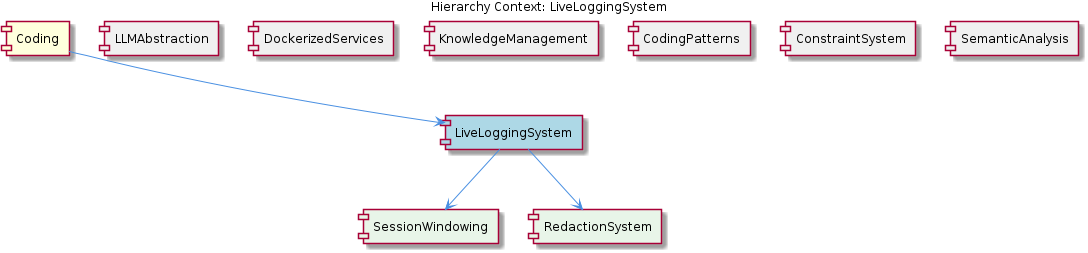
The PlantUML diagram knowledge-management/insights/images/live-logging-system-relationship.png in fwornle/coding, before a commit. Its source is kept beside it as .data/knowledge-graph/insights/puml/live-logging-system-relationship.puml.
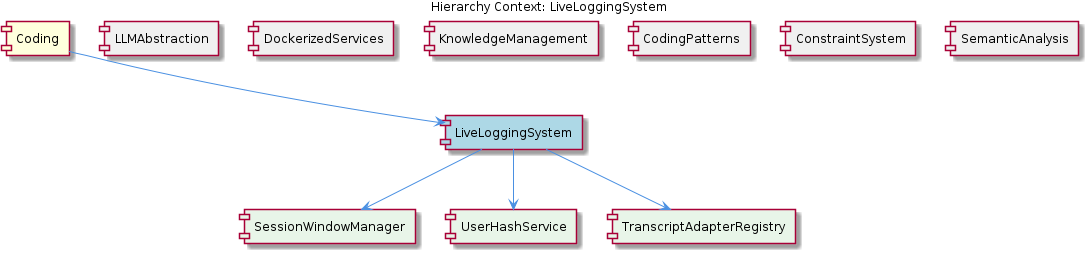
Later version of the same file.

The edit, as a diff of the source:
```diff
@@ -11,8 +11,9 @@
 [CodingPatterns] as coding_patterns #F0F0F0
 [ConstraintSystem] as constraint_system #F0F0F0
 [SemanticAnalysis] as semantic_analysis #F0F0F0
-[SessionWindowing] as session_windowing #E8F5E8
-[RedactionSystem] as redaction_system #E8F5E8
+[SessionWindowManager] as session_window_manager #E8F5E8
+[UserHashService] as user_hash_service #E8F5E8
+[TranscriptAdapterRegistry] as transcript_adapter_registry #E8F5E8
 
 coding --> live_logging_system
 llmabstraction -[hidden]- live_logging_system
@@ -21,7 +22,8 @@
 coding_patterns -[hidden]- live_logging_system
 constraint_system -[hidden]- live_logging_system
 semantic_analysis -[hidden]- live_logging_system
-live_logging_system --> session_windowing
-live_logging_system --> redaction_system
+live_logging_system --> session_window_manager
+live_logging_system --> user_hash_service
+live_logging_system --> transcript_adapter_registry
 
 @enduml
```
